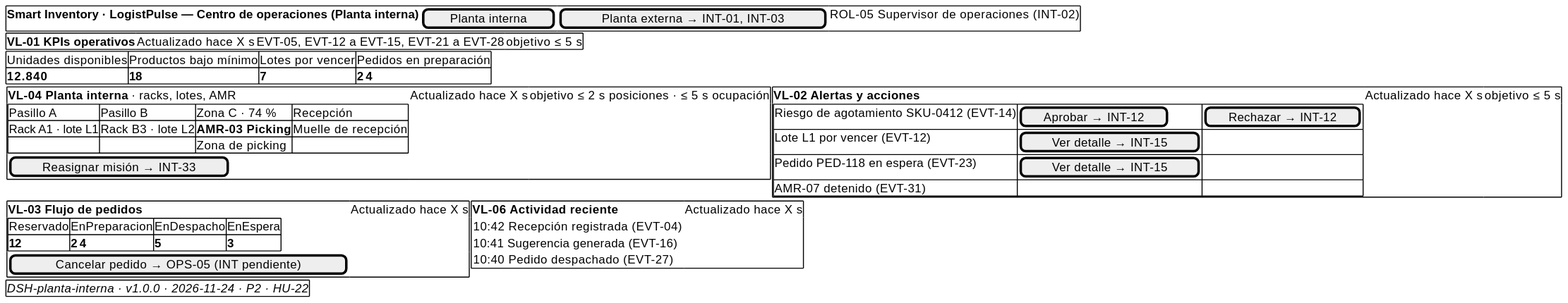
Earlier version of the PlantUML export diagramas/dashboard/export/DSH-planta-interna.svg (elorgus/Deber-2-Sistemas).
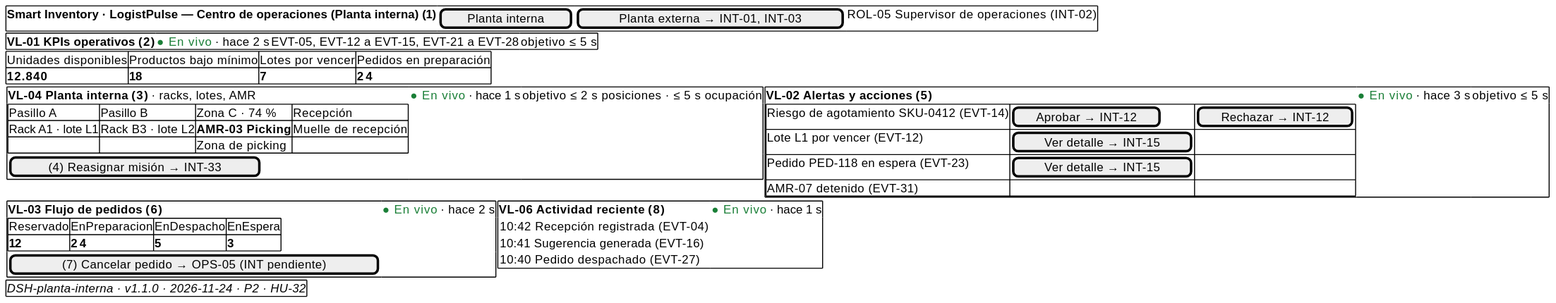
Later version of the same file.

Change to the diagram source:
```diff
@@ -1,11 +1,11 @@
 @startsalt
-' DSH-planta-interna · v1.0.0 · 2026-11-24 · P2 · HU-22
+' DSH-planta-interna · v1.1.0 · 2026-11-24 · P2 · HU-32
 {
   {+
-    <b>Smart Inventory · LogistPulse — Centro de operaciones (Planta interna)</b> | [ Planta interna ] | [ Planta externa → INT-01, INT-03 ] | ROL-05 Supervisor de operaciones (INT-02)
+    <b>Smart Inventory · LogistPulse — Centro de operaciones (Planta interna)</b> <b>(1)</b> | [ Planta interna ] | [ Planta externa → INT-01, INT-03 ] | ROL-05 Supervisor de operaciones (INT-02)
   }
   {+
-    <b>VL-01 KPIs operativos</b> | Actualizado hace X s | EVT-05, EVT-12 a EVT-15, EVT-21 a EVT-28 | objetivo ≤ 5 s
+    <b>VL-01 KPIs operativos</b> <b>(2)</b> | <color:#1a7f37>● En vivo</color> · hace 2 s | EVT-05, EVT-12 a EVT-15, EVT-21 a EVT-28 | objetivo ≤ 5 s
   }
   {#
     Unidades disponibles | Productos bajo mínimo | Lotes por vencer | Pedidos en preparación
@@ -13,15 +13,15 @@
   }
   {
     {+
-      <b>VL-04 Planta interna</b> · racks, lotes, AMR | Actualizado hace X s | objetivo ≤ 2 s posiciones · ≤ 5 s ocupación
+      <b>VL-04 Planta interna</b> <b>(3)</b> · racks, lotes, AMR | <color:#1a7f37>● En vivo</color> · hace 1 s | objetivo ≤ 2 s posiciones · ≤ 5 s ocupación
       {#
         Pasillo A | Pasillo B | Zona C · 74 % | Recepción
         Rack A1 · lote L1 | Rack B3 · lote L2 | <b>AMR-03 Picking</b> | Muelle de recepción
         . | . | Zona de picking | .
       }
-      [ Reasignar misión → INT-33 ]
+      [ (4) Reasignar misión → INT-33 ]
     } | {+
-      <b>VL-02 Alertas y acciones</b> | Actualizado hace X s | objetivo ≤ 5 s
+      <b>VL-02 Alertas y acciones</b> <b>(5)</b> | <color:#1a7f37>● En vivo</color> · hace 3 s | objetivo ≤ 5 s
       {#
         Riesgo de agotamiento SKU-0412 (EVT-14) | [ Aprobar → INT-12 ] | [ Rechazar → INT-12 ]
         Lote L1 por vencer (EVT-12) | [ Ver detalle → INT-15 ] | .
@@ -32,14 +32,14 @@
   }
   {
     {+
-      <b>VL-03 Flujo de pedidos</b> | Actualizado hace X s
+      <b>VL-03 Flujo de pedidos</b> <b>(6)</b> | <color:#1a7f37>● En vivo</color> · hace 2 s
       {#
         Reservado | EnPreparacion | EnDespacho | EnEspera
         <b>12</b> | <b>24</b> | <b>5</b> | <b>3</b>
       }
-      [ Cancelar pedido → OPS-05 (INT pendiente) ]
+      [ (7) Cancelar pedido → OPS-05 (INT pendiente) ]
     } | {+
-      <b>VL-06 Actividad reciente</b> | Actualizado hace X s
+      <b>VL-06 Actividad reciente</b> <b>(8)</b> | <color:#1a7f37>● En vivo</color> · hace 1 s
       {
         10:42 Recepción registrada (EVT-04)
         10:41 Sugerencia generada (EVT-16)
@@ -47,6 +47,6 @@
       }
     }
   }
-  {+ <i>DSH-planta-interna · v1.0.0 · 2026-11-24 · P2 · HU-22</i> }
+  {+ <i>DSH-planta-interna · v1.1.0 · 2026-11-24 · P2 · HU-32</i> }
 }
 @endsalt
```
